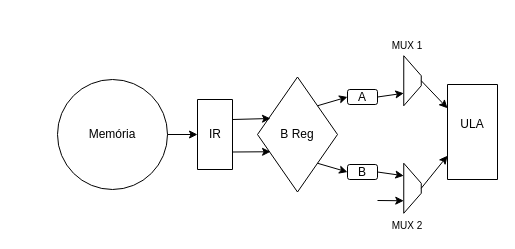
This is diagrams/Diagrama sem nome.drawio from JVMergulho/Infra_hard_CPU_project, a draw.io file, before an edit. Source tidied: cells renumbered, new cells numbered last; positions are measured from the earlier drawing's top-left corner, leaving out a move shared by most shapes. Both pictures are drawn from the tidied source at 100%, with x=0, y=0 at pixel (57, 44).
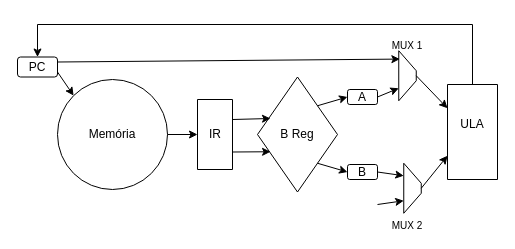
The same diagram, later.

The change refers to these unchanged cells:
```xml
<mxCell id="2" value="Memória" style="ellipse;whiteSpace=wrap;html=1;" parent="1" vertex="1">
  <mxGeometry y="35" width="110" height="110" as="geometry" />
</mxCell>
<mxCell id="15" style="shape=trapezoid;perimeter=trapezoidPerimeter;whiteSpace=wrap;html=1;fixedSize=1;rotation=90;" parent="1" vertex="1">
  <mxGeometry x="330" y="135" width="50" height="17.5" as="geometry" />
</mxCell>
<mxCell id="18" style="swimlane;startSize=0;" parent="1" vertex="1">
  <mxGeometry x="390" y="40" width="50" height="95" as="geometry" />
</mxCell>
```

The edit, as a diff of the source:
```diff
@@
     <mxCell id="14" style="shape=trapezoid;perimeter=trapezoidPerimeter;whiteSpace=wrap;html=1;fixedSize=1;rotation=90;" parent="1" vertex="1">
-      <mxGeometry x="330" y="27.5" width="50" height="17.5" as="geometry" />
+      <mxGeometry x="325" y="22.5" width="50" height="17.5" as="geometry" />
     </mxCell>
@@
     <mxCell id="24" style="endArrow=classic;html=1;rounded=0;entryX=0.75;entryY=1;entryDx=0;entryDy=0;" parent="1" edge="1" target="15">
       <mxGeometry relative="1" as="geometry">
-        <mxPoint x="320" y="156" as="sourcePoint" />
+        <mxPoint x="320" y="160" as="sourcePoint" />
       </mxGeometry>
     </mxCell>
+    <mxCell id="25" value="PC" style="rounded=1;whiteSpace=wrap;html=1;" parent="1" vertex="1">
+      <mxGeometry x="-40" y="12.5" width="40" height="20" as="geometry" />
+    </mxCell>
+    <mxCell id="26" style="endArrow=classic;html=1;rounded=0;exitX=0.5;exitY=0;exitDx=0;exitDy=0;entryX=0.5;entryY=0;entryDx=0;entryDy=0;" parent="1" edge="1" source="18" target="25">
+      <mxGeometry relative="1" as="geometry">
+        <Array as="points">
+          <mxPoint x="415" y="-20" />
+          <mxPoint x="-20" y="-20" />
+        </Array>
+      </mxGeometry>
+    </mxCell>
+    <mxCell id="27" style="endArrow=classic;html=1;rounded=0;exitX=1;exitY=0.75;exitDx=0;exitDy=0;entryX=0;entryY=0;entryDx=0;entryDy=0;" parent="1" edge="1" source="25" target="2">
+      <mxGeometry relative="1" as="geometry" />
+    </mxCell>
+    <mxCell id="28" style="endArrow=classic;html=1;rounded=0;exitX=1;exitY=0.25;exitDx=0;exitDy=0;entryX=0.167;entryY=0.935;entryDx=0;entryDy=0;entryPerimeter=0;" parent="1" edge="1" source="25" target="14">
+      <mxGeometry relative="1" as="geometry" />
+    </mxCell>
```
